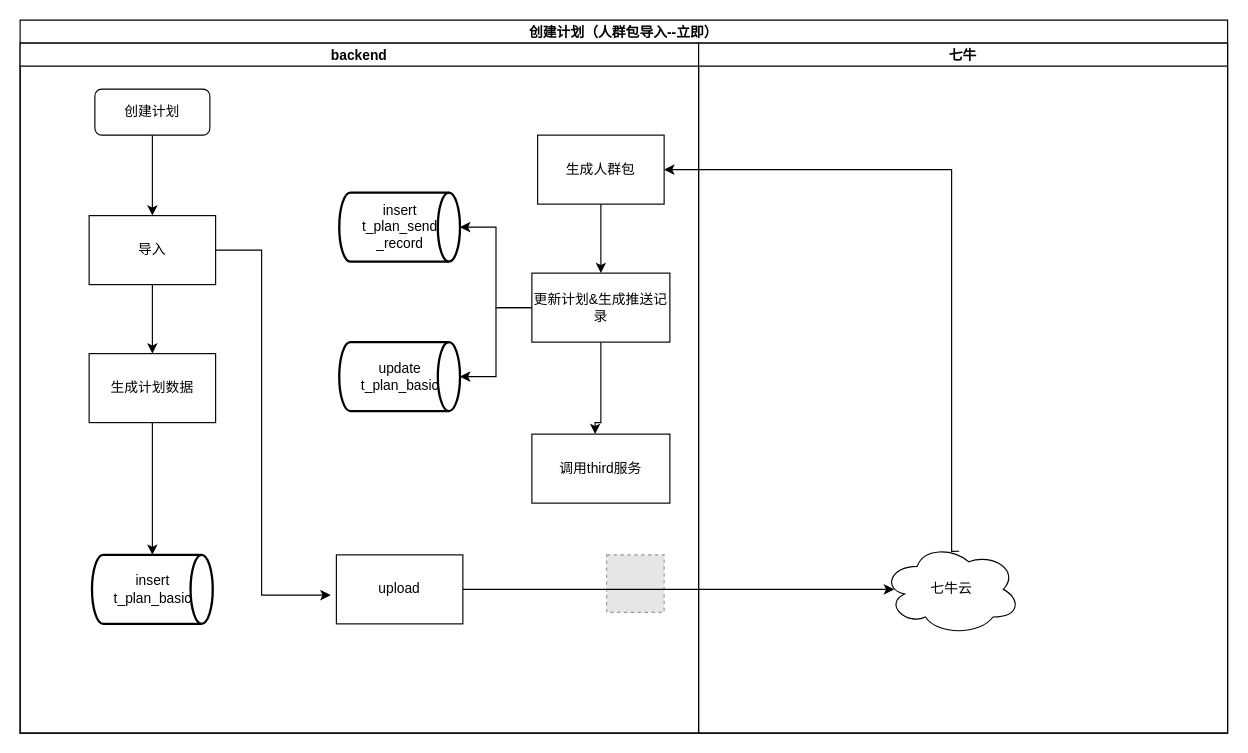
Above: page "第 2 页" (2 of 2) of 推送计划.drawio in songmulin/rr-business (draw.io), before the change. Source tidied: cells renumbered, new cells numbered last; positions are measured from the earlier drawing's top-left corner, leaving out a move shared by most shapes. Both pictures are drawn from the tidied source at 115%, with x=0, y=0 at pixel (20, 20). Pictures stored in the file or linked from it are replaced by grey dashed boxes.
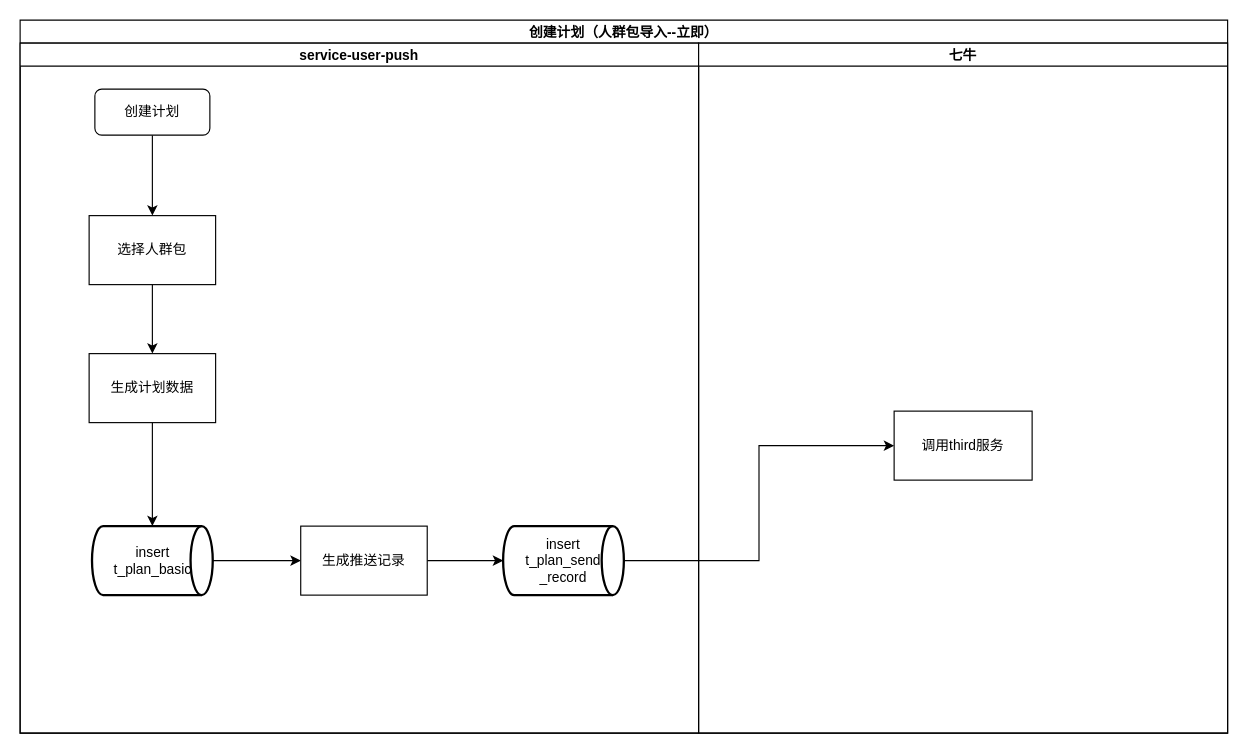
Above is the later version.

The change refers to these unchanged cells:
```xml
<mxCell id="2" value="创建计划（人群包导入--立即）" style="swimlane;startSize=20;" parent="1" vertex="1">
  <mxGeometry width="1050" height="620" as="geometry" />
</mxCell>
<mxCell id="22" value="七牛" style="swimlane;startSize=20;" parent="2" vertex="1">
  <mxGeometry x="590" y="20" width="460" height="600" as="geometry" />
</mxCell>
```

Change to the diagram source:
```diff
@@
-    <mxCell id="3" value="backend" style="swimlane;startSize=20;" parent="2" vertex="1">
+    <mxCell id="3" value="service-user-push" style="swimlane;startSize=20;" parent="2" vertex="1">
       <mxGeometry y="20" width="590" height="600" as="geometry" />
     </mxCell>
@@
-    <mxCell id="6" style="edgeStyle=orthogonalEdgeStyle;rounded=0;jettySize=auto;html=1;" parent="3" edge="1" source="7">
-      <mxGeometry relative="1" as="geometry">
-        <mxPoint x="270" y="480" as="targetPoint" />
-        <Array as="points">
-          <mxPoint x="210" y="180" />
-          <mxPoint x="210" y="480" />
-        </Array>
-      </mxGeometry>
-    </mxCell>
-    <mxCell id="7" value="导入" style="rounded=0;whiteSpace=wrap;html=1;" parent="3" vertex="1">
+    <mxCell id="7" value="选择人群包" style="rounded=0;whiteSpace=wrap;html=1;" parent="3" vertex="1">
       <mxGeometry x="60" y="150" width="110" height="60" as="geometry" />
     </mxCell>
-    <mxCell id="8" style="edgeStyle=orthogonalEdgeStyle;rounded=0;jettySize=auto;html=1;" parent="3" edge="1" source="9" target="17">
-      <mxGeometry relative="1" as="geometry" />
-    </mxCell>
-    <mxCell id="9" value="生成人群包" style="rounded=0;whiteSpace=wrap;html=1;" parent="3" vertex="1">
-      <mxGeometry x="450" y="80" width="110" height="60" as="geometry" />
-    </mxCell>
+    <mxCell id="28" style="edgeStyle=orthogonalEdgeStyle;rounded=0;jettySize=auto;html=1;entryX=0;entryY=0.5;entryDx=0;entryDy=0;exitX=1;exitY=0.5;exitDx=0;exitDy=0;exitPerimeter=0;" parent="3" edge="1" source="11" target="30">
+      <mxGeometry relative="1" as="geometry" />
+    </mxCell>
@@
     <mxCell id="11" value="&lt;span style=&quot;font-size: 12px;&quot;&gt;insert&lt;br&gt;t_plan_basic&lt;/span&gt;" style="strokeWidth=2;html=1;shape=mxgraph.flowchart.direct_data;whiteSpace=wrap;" parent="3" vertex="1">
-      <mxGeometry x="62.5" y="445" width="105" height="60" as="geometry" />
+      <mxGeometry x="62.5" y="420" width="105" height="60" as="geometry" />
     </mxCell>
@@
-    <mxCell id="13" value="upload" style="rounded=0;whiteSpace=wrap;html=1;" parent="3" vertex="1">
-      <mxGeometry x="275" y="445" width="110" height="60" as="geometry" />
-    </mxCell>
-    <mxCell id="14" value="&lt;span style=&quot;font-size: 12px;&quot;&gt;update&lt;br&gt;t_plan_basic&lt;/span&gt;" style="strokeWidth=2;html=1;shape=mxgraph.flowchart.direct_data;whiteSpace=wrap;" parent="3" vertex="1">
-      <mxGeometry x="277.5" y="260" width="105" height="60" as="geometry" />
-    </mxCell>
-    <mxCell id="15" style="edgeStyle=orthogonalEdgeStyle;rounded=0;jettySize=auto;html=1;entryX=1;entryY=0.5;entryDx=0;entryDy=0;entryPerimeter=0;" parent="3" edge="1" source="17" target="18">
-      <mxGeometry relative="1" as="geometry" />
-    </mxCell>
-    <mxCell id="16" style="edgeStyle=orthogonalEdgeStyle;rounded=0;jettySize=auto;html=1;entryX=1;entryY=0.5;entryDx=0;entryDy=0;entryPerimeter=0;" parent="3" edge="1" source="17" target="14">
-      <mxGeometry relative="1" as="geometry" />
-    </mxCell>
-    <mxCell id="17" value="更新计划&amp;amp;生成推送记录" style="rounded=0;whiteSpace=wrap;html=1;" parent="3" vertex="1">
-      <mxGeometry x="445" y="200" width="120" height="60" as="geometry" />
-    </mxCell>
-    <mxCell id="18" value="&lt;span style=&quot;font-size: 12px;&quot;&gt;insert &lt;br&gt;t_plan_send&lt;br&gt;_record&lt;/span&gt;" style="strokeWidth=2;html=1;shape=mxgraph.flowchart.direct_data;whiteSpace=wrap;" parent="3" vertex="1">
-      <mxGeometry x="277.5" y="130" width="105" height="60" as="geometry" />
+    <mxCell id="18" value="insert&lt;br&gt;t_plan_send&lt;br&gt;_record" style="strokeWidth=2;html=1;shape=mxgraph.flowchart.direct_data;whiteSpace=wrap;" parent="3" vertex="1">
+      <mxGeometry x="420" y="420" width="105" height="60" as="geometry" />
     </mxCell>
-    <mxCell id="19" value="调用third服务" style="rounded=0;whiteSpace=wrap;html=1;" parent="3" vertex="1">
-      <mxGeometry x="445" y="340" width="120" height="60" as="geometry" />
-    </mxCell>
-    <mxCell id="20" style="fillColor=#E6E6E6;strokeColor=#999999;dashed=1;html=1;verticalAlign=top;verticalLabelPosition=bottom;labelBackgroundColor=#ffffff;fontFamily=Helvetica;fontSize=12;fontColor=default;" parent="3" vertex="1">
-      <mxGeometry x="510" y="445" width="50" height="50" as="geometry" />
-    </mxCell>
-    <mxCell id="21" style="edgeStyle=orthogonalEdgeStyle;rounded=0;jettySize=auto;html=1;entryX=0;entryY=0.5;entryDx=0;entryDy=0;" parent="2" edge="1" source="13">
-      <mxGeometry relative="1" as="geometry">
-        <mxPoint x="760" y="495" as="targetPoint" />
-      </mxGeometry>
-    </mxCell>
+    <mxCell id="29" style="edgeStyle=orthogonalEdgeStyle;rounded=0;jettySize=auto;html=1;" parent="3" edge="1" source="30" target="18">
+      <mxGeometry relative="1" as="geometry" />
+    </mxCell>
+    <mxCell id="30" value="生成推送记录" style="rounded=0;whiteSpace=wrap;html=1;" parent="3" vertex="1">
+      <mxGeometry x="244" y="420" width="110" height="60" as="geometry" />
+    </mxCell>
+    <mxCell id="31" style="edgeStyle=orthogonalEdgeStyle;rounded=0;jettySize=auto;html=1;entryX=0;entryY=0.5;entryDx=0;entryDy=0;" parent="2" edge="1" source="18" target="19">
+      <mxGeometry relative="1" as="geometry" />
+    </mxCell>
@@
-    <mxCell id="24" value="七牛云" style="ellipse;shape=cloud;whiteSpace=wrap;html=1;" parent="22" vertex="1">
-      <mxGeometry x="160" y="435" width="120" height="80" as="geometry" />
-    </mxCell>
-    <mxCell id="25" style="edgeStyle=orthogonalEdgeStyle;rounded=0;jettySize=auto;html=1;entryX=1;entryY=0.5;entryDx=0;entryDy=0;exitX=0.555;exitY=0.086;exitDx=0;exitDy=0;exitPerimeter=0;" parent="2" edge="1" source="24" target="9">
-      <mxGeometry relative="1" as="geometry">
-        <Array as="points">
-          <mxPoint x="810" y="462" />
-          <mxPoint x="810" y="130" />
-        </Array>
-      </mxGeometry>
-    </mxCell>
+    <mxCell id="19" value="调用third服务" style="rounded=0;whiteSpace=wrap;html=1;" parent="22" vertex="1">
+      <mxGeometry x="170" y="320" width="120" height="60" as="geometry" />
+    </mxCell>
@@
-    <mxCell id="27" style="edgeStyle=orthogonalEdgeStyle;rounded=0;jettySize=auto;html=1;" parent="1" edge="1" source="17">
-      <mxGeometry relative="1" as="geometry">
-        <mxPoint x="500" y="360" as="targetPoint" />
-        <Array as="points">
-          <mxPoint x="505" y="350" />
-          <mxPoint x="500" y="350" />
-        </Array>
-      </mxGeometry>
-    </mxCell>
```
